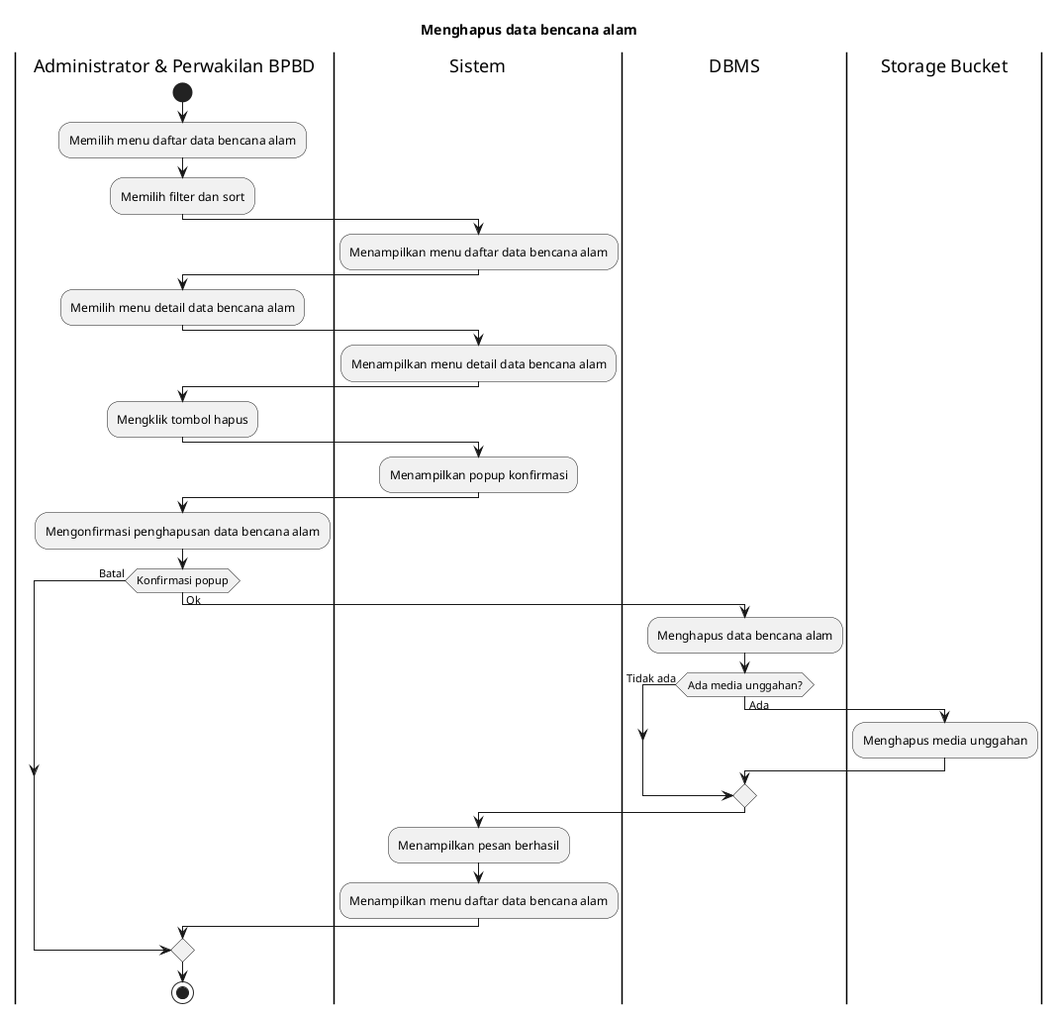
The PlantUML diagram export/Activity Diagrams/UC-MGDISASTER - Manajemen Data Bencana/UC-MGDISASTER-010 - Menghapus data bencana alam.png in bagusNA/appl-diagrams, before a commit. Source of this version:
```plantuml
@startuml
title Menghapus data bencana alam

|Administrator & Perwakilan BPBD|
start
:Memilih menu daftar data bencana alam;
:Memilih filter dan sort;

|Sistem|
:Menampilkan menu daftar data bencana alam;

|Administrator & Perwakilan BPBD|
:Memilih menu detail data bencana alam;

|Sistem|
:Menampilkan menu detail data bencana alam;

|Administrator & Perwakilan BPBD|
:Mengklik tombol hapus;

|Sistem|
:Menampilkan popup konfirmasi;

|Administrator & Perwakilan BPBD|
:Mengonfirmasi penghapusan data bencana alam;

if (Konfirmasi popup) then (Batal)
else (Ok)
  |DBMS|
  :Menghapus data bencana alam;

  if (Ada media unggahan?) then (Tidak ada)
  else (Ada)
    |Storage Bucket|
    :Menghapus media unggahan;
  endif

  |Sistem|
  :Menampilkan pesan berhasil;
  :Menampilkan menu daftar data bencana alam;
endif

|Administrator & Perwakilan BPBD|
stop
@enduml
```
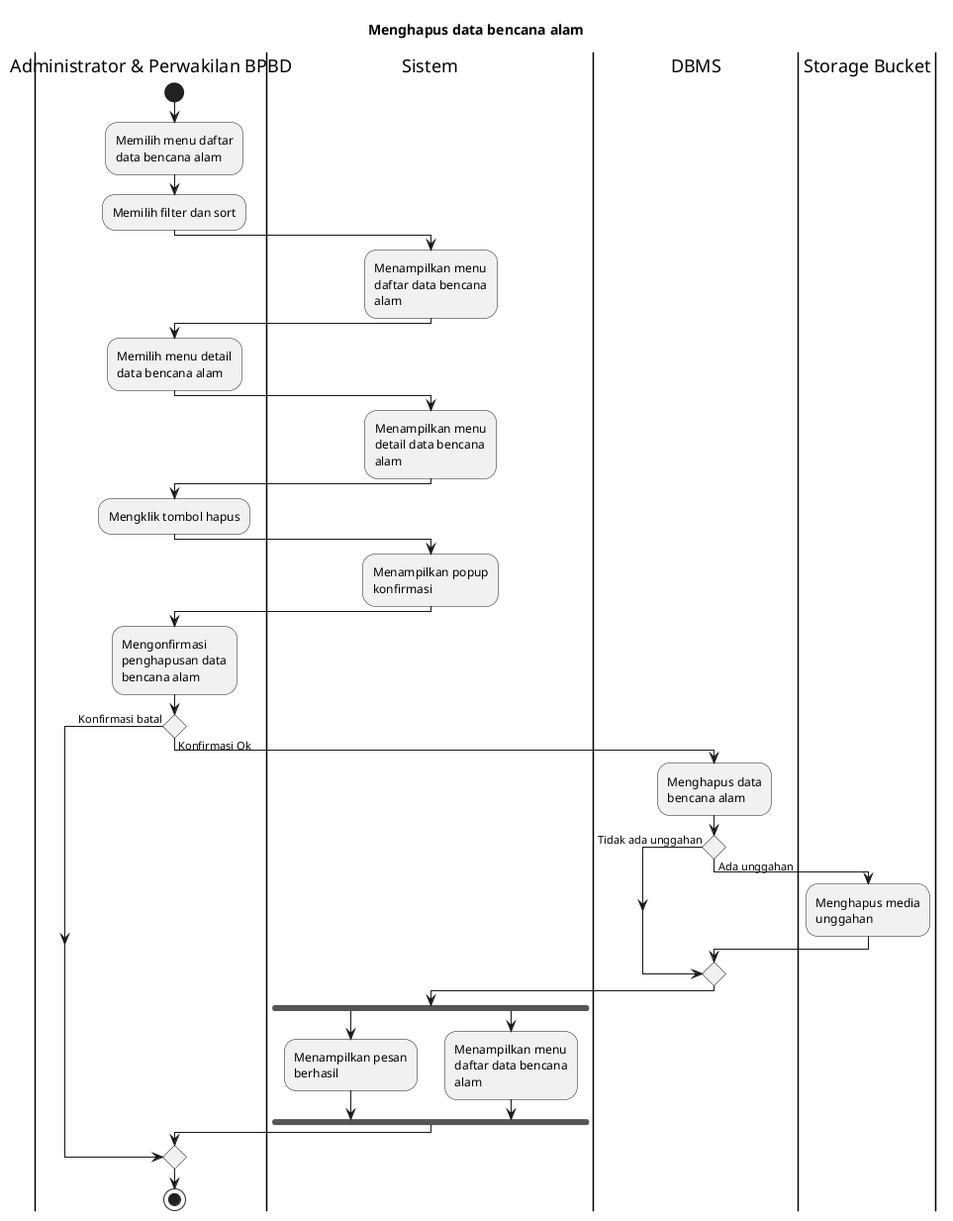
Later version of the same file.

The edit, as a diff of the source:
```diff
@@ -1,4 +1,6 @@
 @startuml
+skinparam wrapWidth 140
+
 title Menghapus data bencana alam
 
 |Administrator & Perwakilan BPBD|
@@ -24,20 +26,23 @@
 |Administrator & Perwakilan BPBD|
 :Mengonfirmasi penghapusan data bencana alam;
 
-if (Konfirmasi popup) then (Batal)
-else (Ok)
+if () then (Konfirmasi batal)
+else (Konfirmasi Ok)
   |DBMS|
   :Menghapus data bencana alam;
 
-  if (Ada media unggahan?) then (Tidak ada)
-  else (Ada)
+  if () then (Tidak ada unggahan)
+  else (Ada unggahan)
     |Storage Bucket|
     :Menghapus media unggahan;
   endif
 
   |Sistem|
-  :Menampilkan pesan berhasil;
-  :Menampilkan menu daftar data bencana alam;
+  fork
+    :Menampilkan pesan berhasil;
+  fork again
+    :Menampilkan menu daftar data bencana alam;
+  endfork
 endif
 
 |Administrator & Perwakilan BPBD|
```
